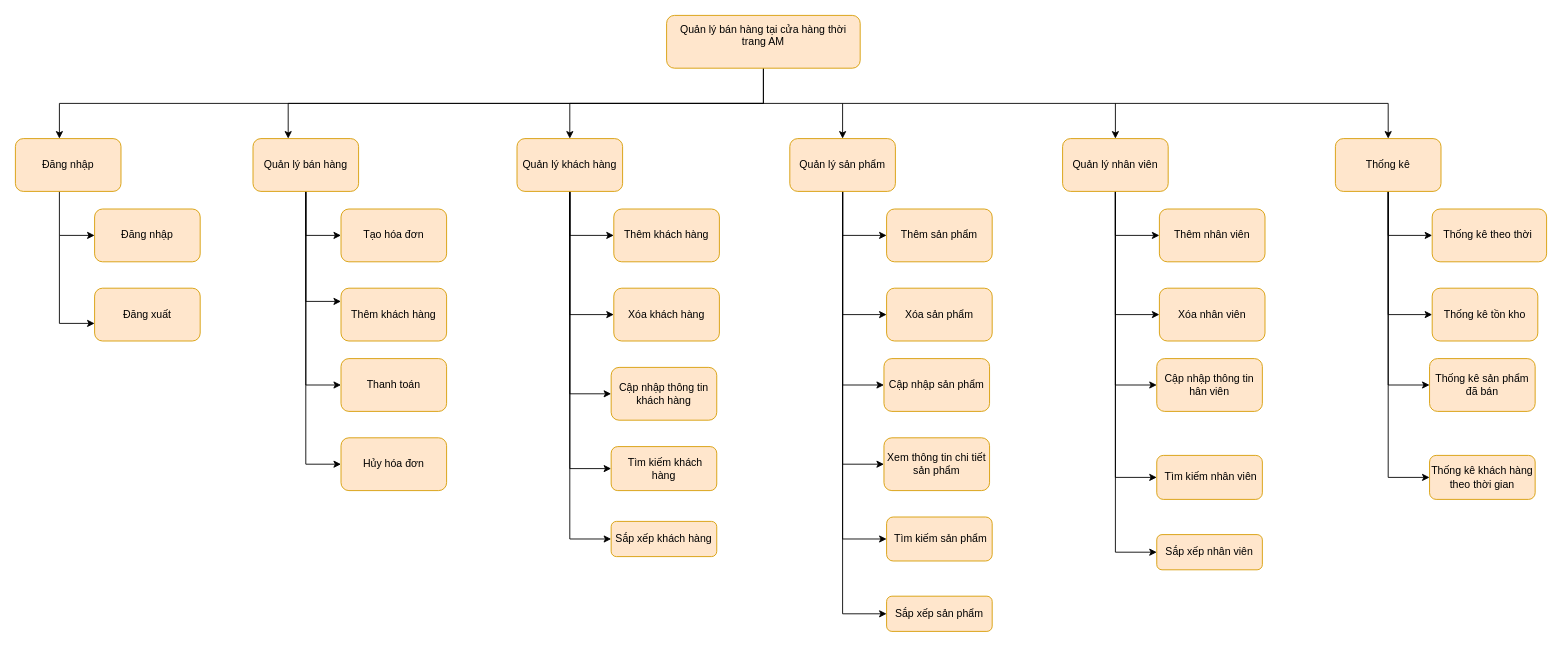
This is Untitled Diagram.drawio from vanchihieu/BTWeb_IUH, a draw.io file, before an edit. Source tidied: cells renumbered, new cells numbered last; positions are measured from the earlier drawing's top-left corner, leaving out a move shared by most shapes. Both pictures are drawn from the tidied source at 88%, with x=0, y=0 at pixel (15, 15).
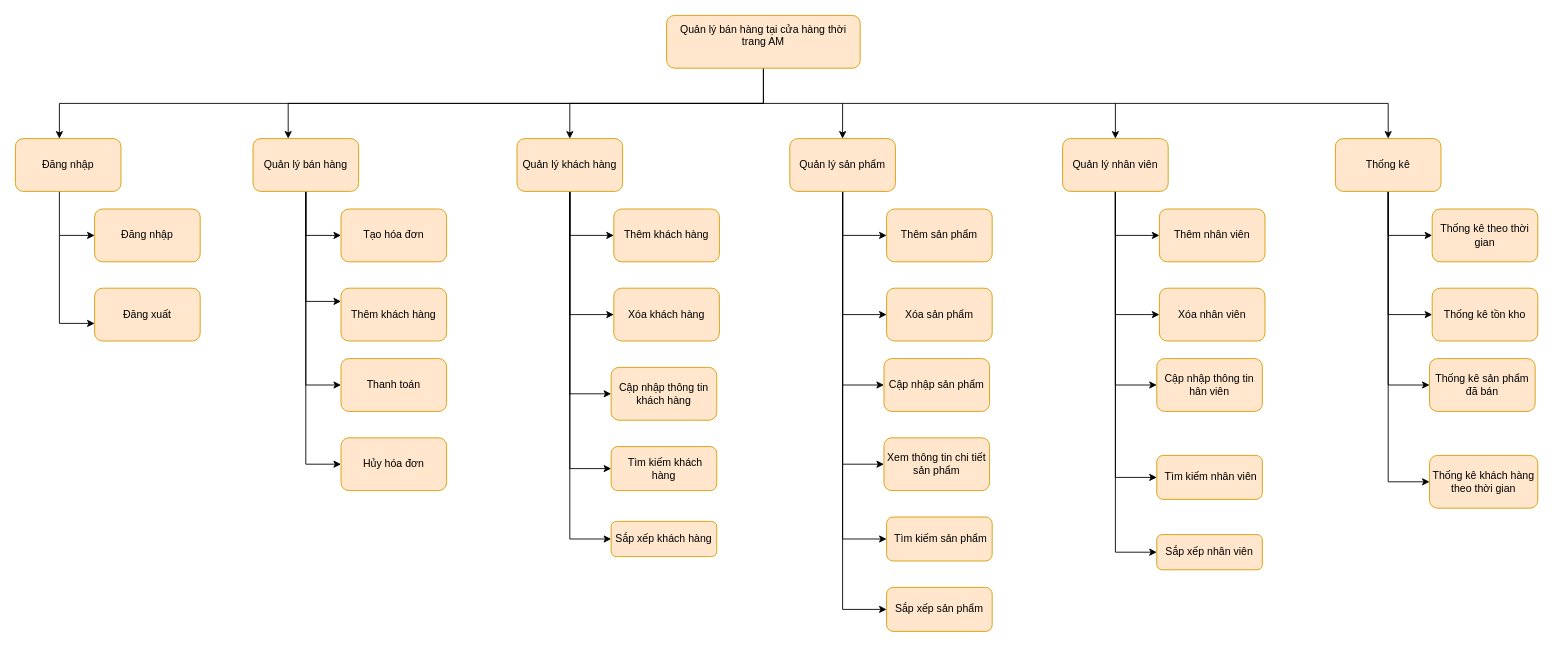
After the change.

Diff of the diagram source:
```diff
@@
     <mxCell id="46" value="Sắp xếp sản phẩm" style="whiteSpace=wrap;html=1;fillColor=#ffe6cc;strokeColor=#d79b00;rounded=1;labelBackgroundColor=none;labelBorderColor=none;" parent="1" vertex="1">
-      <mxGeometry x="990" y="660" width="120" height="40" as="geometry" />
+      <mxGeometry x="990" y="650" width="120" height="50" as="geometry" />
     </mxCell>
@@
-    <mxCell id="65" value="Thống kê theo thời&amp;nbsp;" style="whiteSpace=wrap;html=1;fillColor=#ffe6cc;strokeColor=#d79b00;rounded=1;labelBackgroundColor=none;labelBorderColor=none;" parent="1" vertex="1">
-      <mxGeometry x="1610" y="220" width="130" height="60" as="geometry" />
+    <mxCell id="65" value="Thống kê theo thời gian&lt;br&gt;" style="whiteSpace=wrap;html=1;fillColor=#ffe6cc;strokeColor=#d79b00;rounded=1;labelBackgroundColor=none;labelBorderColor=none;" parent="1" vertex="1">
+      <mxGeometry x="1610" y="220" width="120" height="60" as="geometry" />
     </mxCell>
@@
     <mxCell id="68" value="Thống kê khách hàng theo thời gian&lt;br&gt;" style="whiteSpace=wrap;html=1;fillColor=#ffe6cc;strokeColor=#d79b00;rounded=1;labelBackgroundColor=none;labelBorderColor=none;" parent="1" vertex="1">
-      <mxGeometry x="1607" y="500" width="120" height="50" as="geometry" />
+      <mxGeometry x="1607" y="500" width="123" height="60" as="geometry" />
     </mxCell>
```
